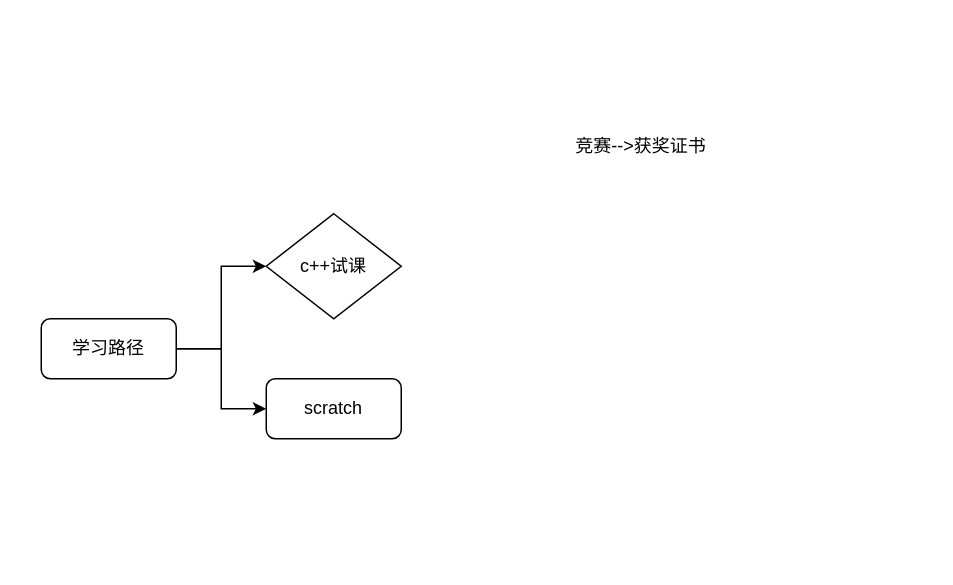
Earlier version of the draw.io diagram 未命名绘图.drawio (irene404/UMessage_1_4). Source tidied: cells renumbered, new cells numbered last; positions are measured from the earlier drawing's top-left corner, leaving out a move shared by most shapes. Both pictures are drawn from the tidied source at 150%, with x=0, y=0 at pixel (40, 123).
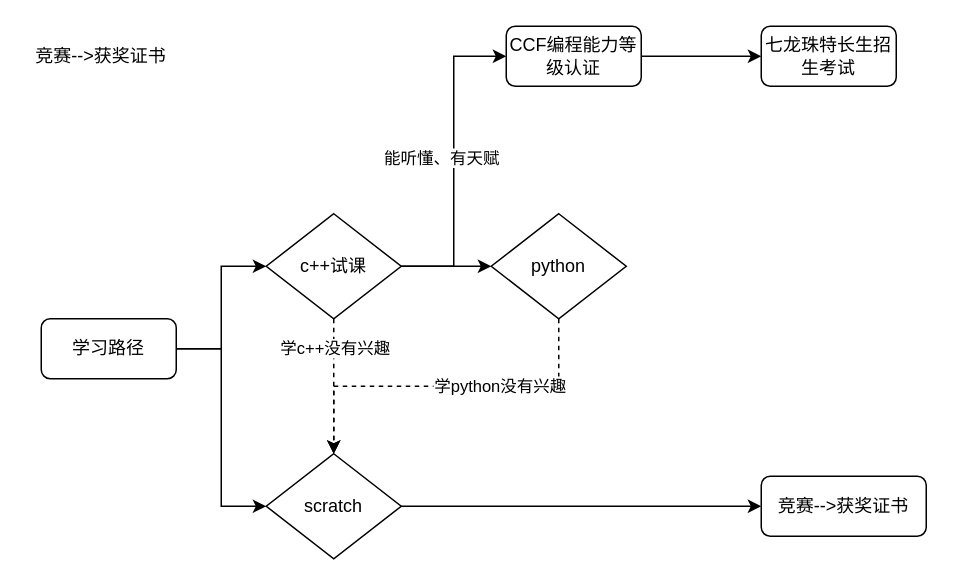
The same diagram, later.

Commit message:
更新未命名绘图.drawio

Change to the diagram source:
```diff
@@
+    <mxCell id="6" value="竞赛--&amp;gt;获奖证书" style="text;html=1;align=center;verticalAlign=middle;whiteSpace=wrap;rounded=0;" parent="1" vertex="1">
+      <mxGeometry x="-10" y="-60" width="100" height="30" as="geometry" />
+    </mxCell>
+    <mxCell id="8" style="edgeStyle=orthogonalEdgeStyle;rounded=0;jettySize=auto;html=1;" parent="1" edge="1" source="7" target="19">
+      <mxGeometry relative="1" as="geometry" />
+    </mxCell>
+    <mxCell id="9" style="edgeStyle=orthogonalEdgeStyle;rounded=0;jettySize=auto;html=1;entryX=0;entryY=0.5;entryDx=0;entryDy=0;" parent="1" edge="1" source="7" target="15">
+      <mxGeometry relative="1" as="geometry" />
+    </mxCell>
+    <mxCell id="10" value="能听懂、有天赋" style="edgeLabel;html=1;align=center;verticalAlign=middle;" parent="9" vertex="1">
+      <mxGeometry x="0.03" y="9" relative="1" as="geometry" />
+    </mxCell>
+    <mxCell id="11" style="edgeStyle=orthogonalEdgeStyle;rounded=0;jettySize=auto;html=1;dashed=1;" parent="1" edge="1" source="7">
+      <mxGeometry relative="1" as="geometry">
+        <mxPoint x="195" y="220" as="targetPoint" />
+      </mxGeometry>
+    </mxCell>
+    <mxCell id="12" value="学c++没有兴趣" style="edgeLabel;html=1;align=center;verticalAlign=middle;" parent="11" vertex="1">
+      <mxGeometry x="-0.58" relative="1" as="geometry" />
+    </mxCell>
+    <mxCell id="7" value="c++试课" style="rhombus;whiteSpace=wrap;html=1;" parent="1" vertex="1">
+      <mxGeometry x="150" y="60" width="90" height="70" as="geometry" />
+    </mxCell>
+    <mxCell id="13" value="竞赛--&amp;gt;获奖证书" style="rounded=1;whiteSpace=wrap;html=1;" parent="1" vertex="1">
+      <mxGeometry x="480" y="235" width="110" height="40" as="geometry" />
+    </mxCell>
+    <mxCell id="14" style="edgeStyle=orthogonalEdgeStyle;rounded=0;jettySize=auto;html=1;entryX=0;entryY=0.5;entryDx=0;entryDy=0;" parent="1" edge="1" source="15" target="16">
+      <mxGeometry relative="1" as="geometry" />
+    </mxCell>
+    <mxCell id="15" value="CCF编程能力等级认证" style="rounded=1;whiteSpace=wrap;html=1;" parent="1" vertex="1">
+      <mxGeometry x="310" y="-65" width="90" height="40" as="geometry" />
+    </mxCell>
+    <mxCell id="16" value="七龙珠特长生招生考试" style="rounded=1;whiteSpace=wrap;html=1;" parent="1" vertex="1">
+      <mxGeometry x="480" y="-65" width="90" height="40" as="geometry" />
+    </mxCell>
+    <mxCell id="17" style="edgeStyle=orthogonalEdgeStyle;rounded=0;jettySize=auto;html=1;entryX=0.5;entryY=0;entryDx=0;entryDy=0;exitX=0.5;exitY=1;exitDx=0;exitDy=0;dashed=1;" parent="1" edge="1" source="19" target="5">
+      <mxGeometry relative="1" as="geometry" />
+    </mxCell>
+    <mxCell id="18" value="学python没有兴趣" style="edgeLabel;html=1;align=center;verticalAlign=middle;" parent="17" vertex="1">
+      <mxGeometry x="-0.29" y="-1" relative="1" as="geometry" />
+    </mxCell>
+    <mxCell id="19" value="python" style="rhombus;whiteSpace=wrap;html=1;" parent="1" vertex="1">
+      <mxGeometry x="300" y="60" width="90" height="70" as="geometry" />
+    </mxCell>
+    <mxCell id="20" style="edgeStyle=orthogonalEdgeStyle;rounded=0;jettySize=auto;html=1;entryX=0;entryY=0.5;entryDx=0;entryDy=0;" parent="1" edge="1" source="5" target="13">
+      <mxGeometry relative="1" as="geometry" />
+    </mxCell>
-    <mxCell id="5" value="scratch" style="rounded=1;whiteSpace=wrap;html=1;" parent="1" vertex="1">
-      <mxGeometry x="150" y="170" width="90" height="40" as="geometry" />
+    <mxCell id="5" value="scratch" style="rhombus;whiteSpace=wrap;html=1;" parent="1" vertex="1">
+      <mxGeometry x="150" y="220" width="90" height="70" as="geometry" />
     </mxCell>
-    <mxCell id="6" value="竞赛--&amp;gt;获奖证书" style="text;html=1;align=center;verticalAlign=middle;whiteSpace=wrap;rounded=0;" parent="1" vertex="1">
-      <mxGeometry x="350" width="100" height="30" as="geometry" />
-    </mxCell>
-    <mxCell id="7" value="c++试课" style="rhombus;whiteSpace=wrap;html=1;" parent="1" vertex="1">
-      <mxGeometry x="150" y="60" width="90" height="70" as="geometry" />
-    </mxCell>
```
